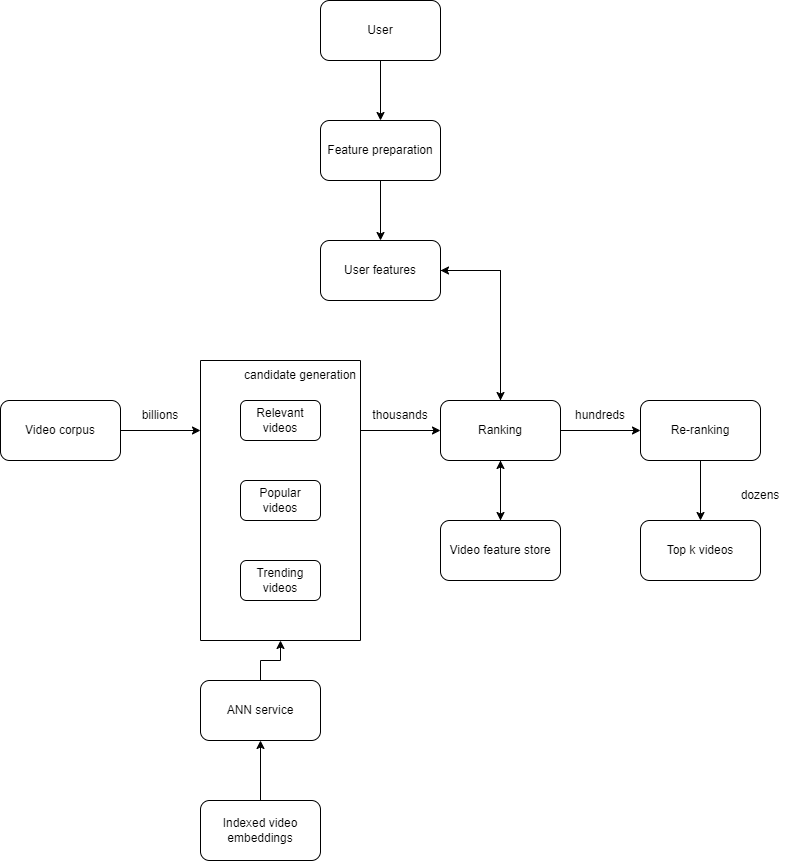
The draw.io diagram img/machine-learning-system-design/video-recommendation-system1.png in riehseun/riehseun.github.io, before a commit. Source tidied: cells renumbered, new cells last; positions are measured from the earlier drawing's top-left corner, leaving out a move shared by most shapes.
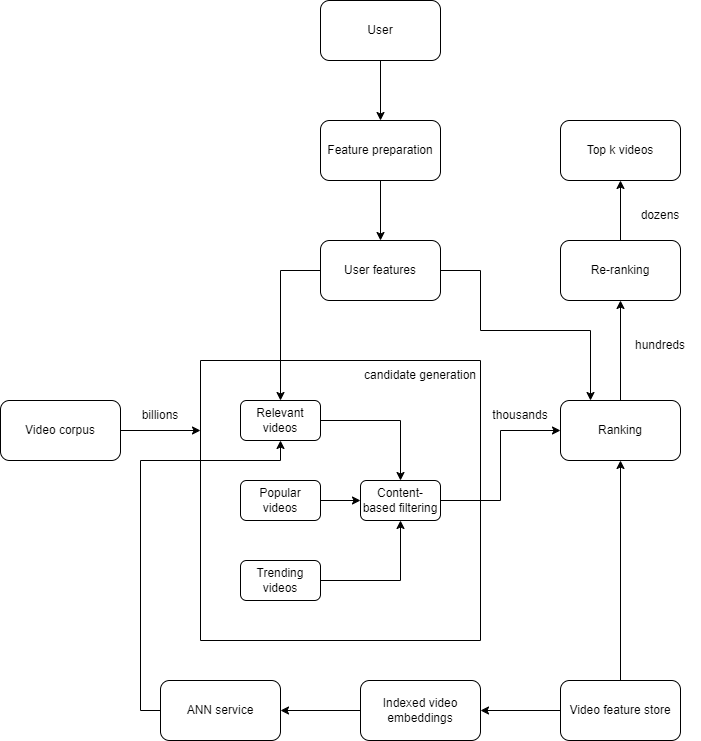
After the commit.

Diff of the diagram source:
```diff
@@ -8,26 +8,29 @@
     <mxCell id="3" value="Video corpus" style="rounded=1;whiteSpace=wrap;html=1;" parent="1" vertex="1">
       <mxGeometry y="400" width="120" height="60" as="geometry" />
     </mxCell>
-    <mxCell id="4" style="edgeStyle=orthogonalEdgeStyle;rounded=0;jettySize=auto;html=1;exitX=1;exitY=0.5;exitDx=0;exitDy=0;entryX=0;entryY=0.5;entryDx=0;entryDy=0;" parent="1" edge="1" source="7" target="9">
+    <mxCell id="4" style="edgeStyle=orthogonalEdgeStyle;rounded=0;jettySize=auto;html=1;exitX=0.5;exitY=0;exitDx=0;exitDy=0;entryX=0.5;entryY=1;entryDx=0;entryDy=0;" parent="1" edge="1" source="7" target="9">
       <mxGeometry relative="1" as="geometry" />
     </mxCell>
-    <mxCell id="5" style="edgeStyle=orthogonalEdgeStyle;rounded=0;jettySize=auto;html=1;exitX=0.5;exitY=0;exitDx=0;exitDy=0;entryX=1;entryY=0.5;entryDx=0;entryDy=0;" parent="1" edge="1" source="7" target="11">
-      <mxGeometry relative="1" as="geometry" />
-    </mxCell>
-    <mxCell id="6" style="edgeStyle=orthogonalEdgeStyle;rounded=0;jettySize=auto;html=1;exitX=0.5;exitY=1;exitDx=0;exitDy=0;entryX=0.5;entryY=0;entryDx=0;entryDy=0;" parent="1" edge="1" source="7" target="17">
-      <mxGeometry relative="1" as="geometry" />
-    </mxCell>
     <mxCell id="7" value="Ranking" style="rounded=1;whiteSpace=wrap;html=1;" parent="1" vertex="1">
-      <mxGeometry x="440" y="400" width="120" height="60" as="geometry" />
+      <mxGeometry x="560" y="400" width="120" height="60" as="geometry" />
     </mxCell>
-    <mxCell id="8" style="edgeStyle=orthogonalEdgeStyle;rounded=0;jettySize=auto;html=1;exitX=0.5;exitY=1;exitDx=0;exitDy=0;entryX=0.5;entryY=0;entryDx=0;entryDy=0;" parent="1" edge="1" source="9" target="18">
+    <mxCell id="8" style="edgeStyle=orthogonalEdgeStyle;rounded=0;jettySize=auto;html=1;exitX=0.5;exitY=0;exitDx=0;exitDy=0;entryX=0.5;entryY=1;entryDx=0;entryDy=0;" parent="1" edge="1" source="9" target="18">
       <mxGeometry relative="1" as="geometry" />
     </mxCell>
     <mxCell id="9" value="Re-ranking" style="rounded=1;whiteSpace=wrap;html=1;" parent="1" vertex="1">
-      <mxGeometry x="640" y="400" width="120" height="60" as="geometry" />
+      <mxGeometry x="560" y="240" width="120" height="60" as="geometry" />
     </mxCell>
+    <mxCell id="33" style="edgeStyle=orthogonalEdgeStyle;rounded=0;jettySize=auto;html=1;exitX=0;exitY=0.5;exitDx=0;exitDy=0;entryX=0.5;entryY=0;entryDx=0;entryDy=0;" parent="1" edge="1" source="11" target="29">
+      <mxGeometry relative="1" as="geometry" />
+    </mxCell>
-    <mxCell id="10" style="edgeStyle=orthogonalEdgeStyle;rounded=0;jettySize=auto;html=1;exitX=1;exitY=0.5;exitDx=0;exitDy=0;" parent="1" edge="1" source="11" target="7">
-      <mxGeometry relative="1" as="geometry" />
+    <mxCell id="10" style="edgeStyle=orthogonalEdgeStyle;rounded=0;jettySize=auto;html=1;exitX=1;exitY=0.5;exitDx=0;exitDy=0;entryX=0.25;entryY=0;entryDx=0;entryDy=0;" parent="1" edge="1" source="11" target="7">
+      <mxGeometry relative="1" as="geometry">
+        <Array as="points">
+          <mxPoint x="480" y="270" />
+          <mxPoint x="480" y="330" />
+          <mxPoint x="590" y="330" />
+        </Array>
+      </mxGeometry>
     </mxCell>
     <mxCell id="11" value="User features" style="rounded=1;whiteSpace=wrap;html=1;" parent="1" vertex="1">
       <mxGeometry x="320" y="240" width="120" height="60" as="geometry" />
@@ -44,56 +47,77 @@
     <mxCell id="15" value="Feature preparation" style="rounded=1;whiteSpace=wrap;html=1;" parent="1" vertex="1">
       <mxGeometry x="320" y="120" width="120" height="60" as="geometry" />
     </mxCell>
-    <mxCell id="16" style="edgeStyle=orthogonalEdgeStyle;rounded=0;jettySize=auto;html=1;exitX=0.5;exitY=0;exitDx=0;exitDy=0;entryX=0.5;entryY=1;entryDx=0;entryDy=0;" parent="1" edge="1" source="17" target="7">
+    <mxCell id="16" style="edgeStyle=orthogonalEdgeStyle;rounded=0;jettySize=auto;html=1;exitX=0.5;exitY=0;exitDx=0;exitDy=0;" parent="1" edge="1" source="17" target="7">
       <mxGeometry relative="1" as="geometry" />
     </mxCell>
+    <mxCell id="34" style="edgeStyle=orthogonalEdgeStyle;rounded=0;jettySize=auto;html=1;exitX=0;exitY=0.5;exitDx=0;exitDy=0;entryX=1;entryY=0.5;entryDx=0;entryDy=0;" parent="1" edge="1" source="17" target="26">
+      <mxGeometry relative="1" as="geometry" />
+    </mxCell>
     <mxCell id="17" value="Video feature store" style="rounded=1;whiteSpace=wrap;html=1;" parent="1" vertex="1">
-      <mxGeometry x="440" y="520" width="120" height="60" as="geometry" />
+      <mxGeometry x="560" y="680" width="120" height="60" as="geometry" />
     </mxCell>
     <mxCell id="18" value="Top k videos" style="rounded=1;whiteSpace=wrap;html=1;" parent="1" vertex="1">
-      <mxGeometry x="640" y="520" width="120" height="60" as="geometry" />
+      <mxGeometry x="560" y="120" width="120" height="60" as="geometry" />
     </mxCell>
     <mxCell id="19" value="billions" style="text;html=1;strokeColor=none;fillColor=none;align=center;verticalAlign=middle;whiteSpace=wrap;rounded=0;" parent="1" vertex="1">
       <mxGeometry x="120" y="400" width="80" height="30" as="geometry" />
     </mxCell>
     <mxCell id="20" value="thousands" style="text;html=1;strokeColor=none;fillColor=none;align=center;verticalAlign=middle;whiteSpace=wrap;rounded=0;" parent="1" vertex="1">
-      <mxGeometry x="360" y="400" width="80" height="30" as="geometry" />
+      <mxGeometry x="480" y="400" width="80" height="30" as="geometry" />
     </mxCell>
     <mxCell id="21" value="hundreds" style="text;html=1;strokeColor=none;fillColor=none;align=center;verticalAlign=middle;whiteSpace=wrap;rounded=0;" parent="1" vertex="1">
-      <mxGeometry x="560" y="400" width="80" height="30" as="geometry" />
+      <mxGeometry x="620" y="330" width="80" height="30" as="geometry" />
     </mxCell>
     <mxCell id="22" value="dozens" style="text;html=1;strokeColor=none;fillColor=none;align=center;verticalAlign=middle;whiteSpace=wrap;rounded=0;" parent="1" vertex="1">
-      <mxGeometry x="720" y="480" width="80" height="30" as="geometry" />
+      <mxGeometry x="620" y="200" width="80" height="30" as="geometry" />
     </mxCell>
-    <mxCell id="23" style="edgeStyle=orthogonalEdgeStyle;rounded=0;jettySize=auto;html=1;exitX=0.5;exitY=0;exitDx=0;exitDy=0;entryX=0.5;entryY=1;entryDx=0;entryDy=0;" parent="1" edge="1" source="24" target="28">
-      <mxGeometry relative="1" as="geometry" />
-    </mxCell>
+    <mxCell id="35" style="edgeStyle=orthogonalEdgeStyle;rounded=0;jettySize=auto;html=1;exitX=0;exitY=0.5;exitDx=0;exitDy=0;entryX=0.5;entryY=1;entryDx=0;entryDy=0;" parent="1" edge="1" source="24" target="29">
+      <mxGeometry relative="1" as="geometry">
+        <Array as="points">
+          <mxPoint x="140" y="710" />
+          <mxPoint x="140" y="460" />
+          <mxPoint x="280" y="460" />
+        </Array>
+      </mxGeometry>
+    </mxCell>
     <mxCell id="24" value="ANN service" style="rounded=1;whiteSpace=wrap;html=1;" parent="1" vertex="1">
-      <mxGeometry x="200" y="680" width="120" height="60" as="geometry" />
+      <mxGeometry x="160" y="680" width="120" height="60" as="geometry" />
     </mxCell>
-    <mxCell id="25" style="edgeStyle=orthogonalEdgeStyle;rounded=0;jettySize=auto;html=1;exitX=0.5;exitY=0;exitDx=0;exitDy=0;entryX=0.5;entryY=1;entryDx=0;entryDy=0;" parent="1" edge="1" source="26" target="24">
+    <mxCell id="25" style="edgeStyle=orthogonalEdgeStyle;rounded=0;jettySize=auto;html=1;exitX=0;exitY=0.5;exitDx=0;exitDy=0;entryX=1;entryY=0.5;entryDx=0;entryDy=0;" parent="1" edge="1" source="26" target="24">
       <mxGeometry relative="1" as="geometry" />
     </mxCell>
     <mxCell id="26" value="Indexed video embeddings" style="rounded=1;whiteSpace=wrap;html=1;" parent="1" vertex="1">
-      <mxGeometry x="200" y="800" width="120" height="60" as="geometry" />
+      <mxGeometry x="360" y="680" width="120" height="60" as="geometry" />
     </mxCell>
-    <mxCell id="27" style="edgeStyle=orthogonalEdgeStyle;rounded=0;jettySize=auto;html=1;exitX=1;exitY=0.25;exitDx=0;exitDy=0;entryX=0;entryY=0.5;entryDx=0;entryDy=0;" parent="1" edge="1" source="28" target="7">
-      <mxGeometry relative="1" as="geometry" />
-    </mxCell>
     <mxCell id="28" style="swimlane;startSize=0;" parent="1" vertex="1">
-      <mxGeometry x="200" y="360" width="160" height="280" as="geometry" />
+      <mxGeometry x="200" y="360" width="280" height="280" as="geometry" />
     </mxCell>
+    <mxCell id="36" style="edgeStyle=orthogonalEdgeStyle;rounded=0;jettySize=auto;html=1;exitX=1;exitY=0.5;exitDx=0;exitDy=0;" parent="28" edge="1" source="29" target="39">
+      <mxGeometry relative="1" as="geometry" />
+    </mxCell>
     <mxCell id="29" value="Relevant videos" style="rounded=1;whiteSpace=wrap;html=1;" parent="28" vertex="1">
       <mxGeometry x="40" y="40" width="80" height="40" as="geometry" />
     </mxCell>
+    <mxCell id="37" style="edgeStyle=orthogonalEdgeStyle;rounded=0;jettySize=auto;html=1;exitX=1;exitY=0.5;exitDx=0;exitDy=0;entryX=0;entryY=0.5;entryDx=0;entryDy=0;" parent="28" edge="1" source="30" target="39">
+      <mxGeometry relative="1" as="geometry" />
+    </mxCell>
     <mxCell id="30" value="Popular videos" style="rounded=1;whiteSpace=wrap;html=1;" parent="28" vertex="1">
       <mxGeometry x="40" y="120" width="80" height="40" as="geometry" />
     </mxCell>
+    <mxCell id="38" style="edgeStyle=orthogonalEdgeStyle;rounded=0;jettySize=auto;html=1;exitX=1;exitY=0.5;exitDx=0;exitDy=0;" parent="28" edge="1" source="31" target="39">
+      <mxGeometry relative="1" as="geometry" />
+    </mxCell>
     <mxCell id="31" value="Trending videos" style="rounded=1;whiteSpace=wrap;html=1;" parent="28" vertex="1">
       <mxGeometry x="40" y="200" width="80" height="40" as="geometry" />
     </mxCell>
     <mxCell id="32" value="candidate generation" style="text;html=1;strokeColor=none;fillColor=none;align=center;verticalAlign=middle;whiteSpace=wrap;rounded=0;" parent="28" vertex="1">
-      <mxGeometry x="40" width="120" height="30" as="geometry" />
+      <mxGeometry x="160" width="120" height="30" as="geometry" />
     </mxCell>
+    <mxCell id="39" value="Content-based filtering" style="rounded=1;whiteSpace=wrap;html=1;" parent="28" vertex="1">
+      <mxGeometry x="160" y="120" width="80" height="40" as="geometry" />
+    </mxCell>
+    <mxCell id="40" style="edgeStyle=orthogonalEdgeStyle;rounded=0;jettySize=auto;html=1;exitX=1;exitY=0.5;exitDx=0;exitDy=0;entryX=0;entryY=0.5;entryDx=0;entryDy=0;" parent="1" edge="1" source="39" target="7">
+      <mxGeometry relative="1" as="geometry" />
+    </mxCell>
   </root>
 </mxGraphModel>
```
